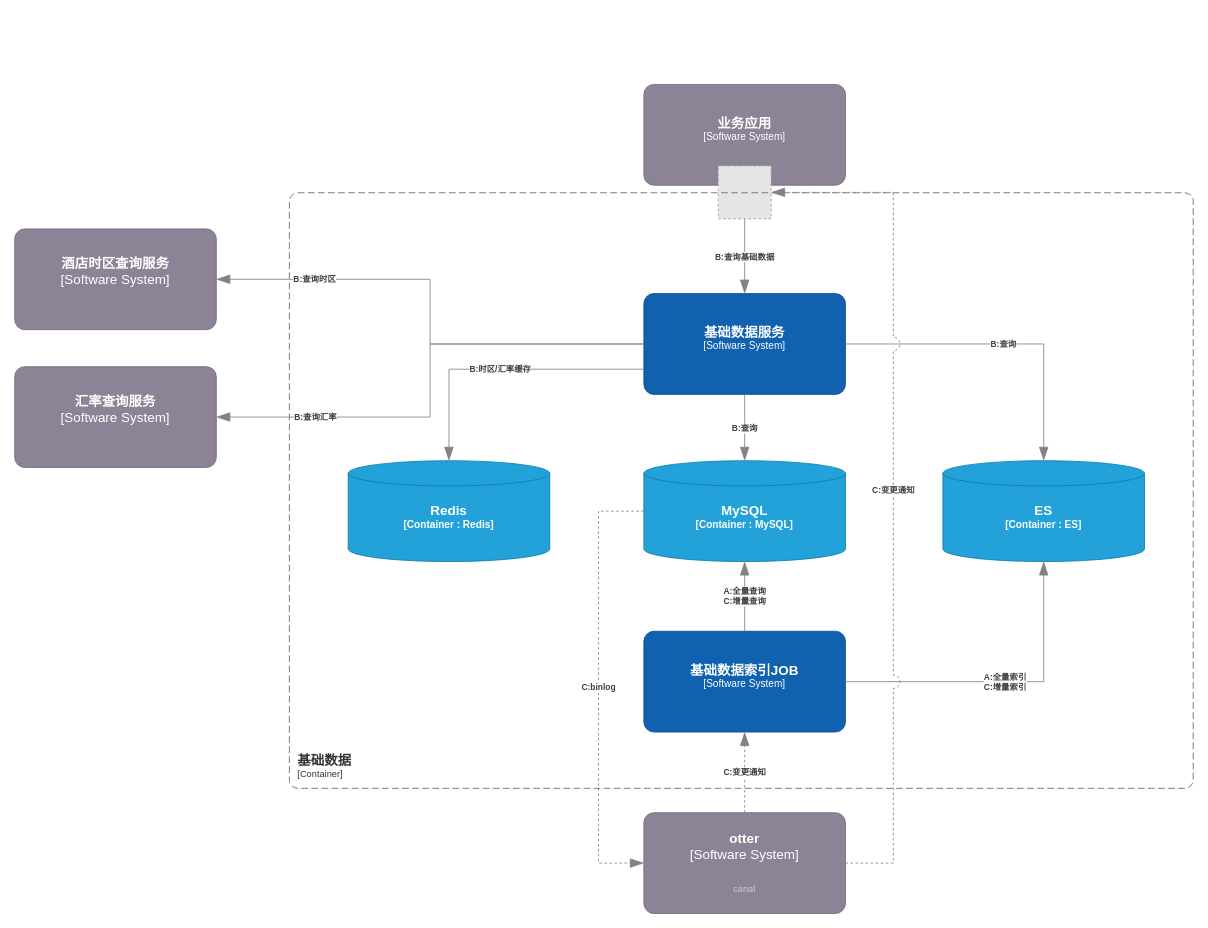
Before: page "V1" (1 of 4) of 基础数据.drawio in miareko/c4-diagram, a draw.io diagram. Source tidied: cells renumbered, new cells numbered last; positions are measured from the earlier drawing's top-left corner, leaving out a move shared by most shapes. Both pictures are drawn from the tidied source at 84%, with x=0, y=0 at pixel (14, 84). Pictures stored in the file or linked from it are replaced by grey dashed boxes.
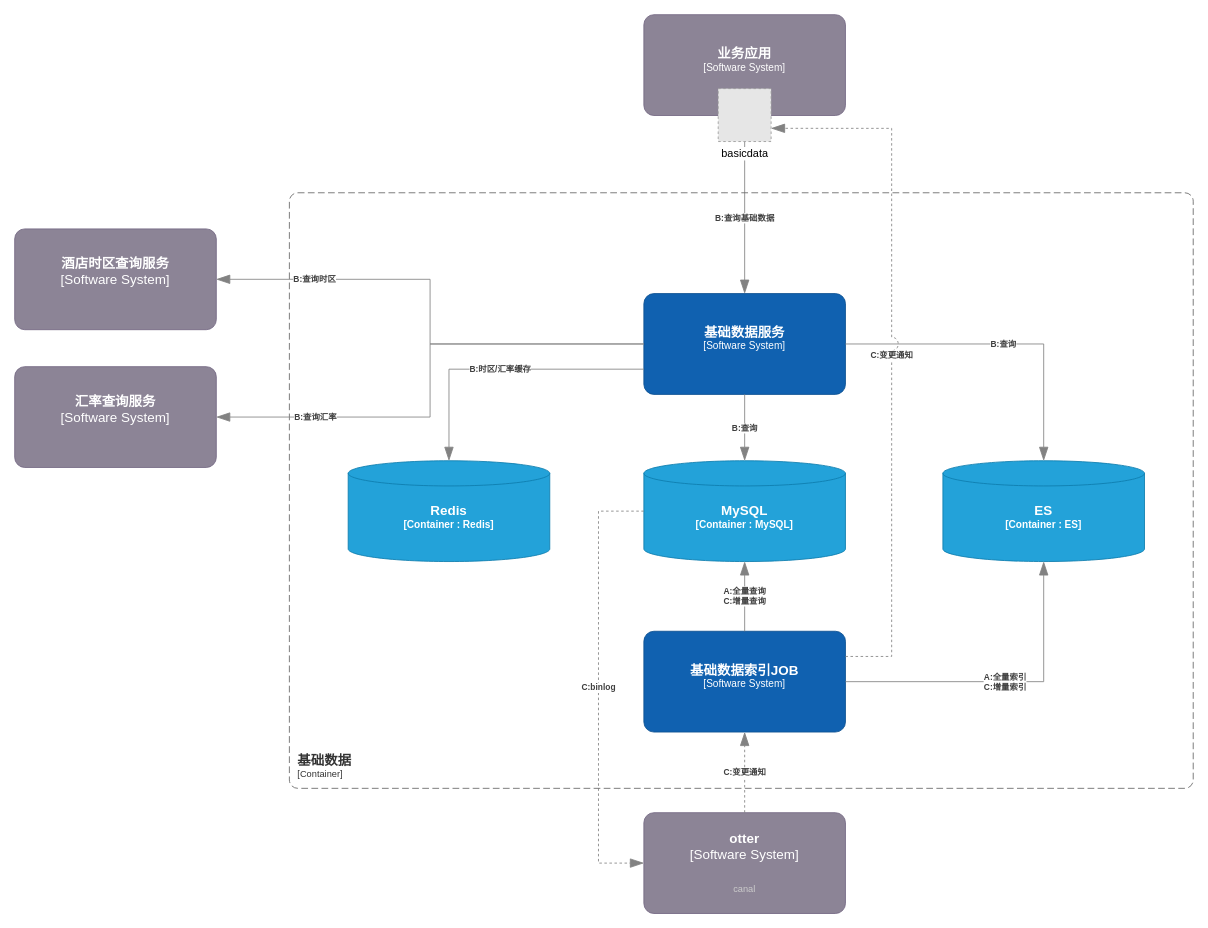
Above is the later version.

The change refers to these unchanged cells:
```xml
<object id="4" label="&lt;font style=&quot;font-size: 16px&quot;&gt;&lt;b&gt;%c4Name%&lt;/b&gt;&lt;/font&gt;&lt;div&gt;[%c4Type%]&lt;/div&gt;&lt;br&gt;&lt;div&gt;&lt;font style=&quot;font-size: 11px&quot;&gt;&lt;font color=&quot;#cccccc&quot;&gt;%c4Description%&lt;/font&gt;&lt;/div&gt;" c4Description="" c4Name="基础数据索引JOB" c4Type="Software System" placeholders="1">
  <mxCell style="rounded=1;whiteSpace=wrap;html=1;labelBackgroundColor=none;fillColor=#1061B0;fontColor=#ffffff;align=center;arcSize=10;strokeColor=#0D5091;points=[[0.25,0,0],[0.5,0,0],[0.75,0,0],[1,0.25,0],[1,0.5,0],[1,0.75,0],[0.75,1,0],[0.5,1,0],[0.25,1,0],[0,0.75,0],[0,0.5,0],[0,0.25,0]];" parent="1" vertex="1">
    <mxGeometry x="749" y="651" width="240" height="120" as="geometry" />
  </mxCell>
</object>
<object id="15" label="&lt;font style=&quot;font-size: 16px&quot;&gt;&lt;b&gt;%c4Name%&lt;/b&gt;&lt;/font&gt;&lt;div&gt;[%c4Type%]&lt;/div&gt;&lt;br&gt;&lt;div&gt;&lt;font style=&quot;font-size: 11px&quot;&gt;&lt;font color=&quot;#cccccc&quot;&gt;%c4Description%&lt;/font&gt;&lt;/div&gt;" c4Description="canal" c4Name="otter" c4Type="Software System" placeholders="1">
  <mxCell style="rounded=1;whiteSpace=wrap;html=1;labelBackgroundColor=none;fillColor=#8C8496;fontColor=#ffffff;align=center;arcSize=10;strokeColor=#736782;points=[[0.25,0,0],[0.5,0,0],[0.75,0,0],[1,0.25,0],[1,0.5,0],[1,0.75,0],[0.75,1,0],[0.5,1,0],[0.25,1,0],[0,0.75,0],[0,0.5,0],[0,0.25,0]];fontSize=16;" parent="1" vertex="1">
    <mxGeometry x="749" y="867" width="240" height="120" as="geometry" />
  </mxCell>
</object>
```

The edit, as a diff of the source:
```diff
@@
     <object id="9" label="&lt;font style=&quot;font-size: 16px&quot;&gt;&lt;b&gt;%c4Name%&lt;/b&gt;&lt;/font&gt;&lt;div&gt;[%c4Type%]&lt;/div&gt;&lt;br&gt;&lt;div&gt;&lt;font style=&quot;font-size: 11px&quot;&gt;&lt;font color=&quot;#cccccc&quot;&gt;%c4Description%&lt;/font&gt;&lt;/div&gt;" c4Description="" c4Name="业务应用" c4Type="Software System" placeholders="1">
       <mxCell style="rounded=1;whiteSpace=wrap;html=1;labelBackgroundColor=none;fillColor=#8C8496;fontColor=#ffffff;align=center;arcSize=10;strokeColor=#736782;" parent="1" vertex="1">
-        <mxGeometry x="749" width="240" height="120" as="geometry" />
+        <mxGeometry x="749" y="-83" width="240" height="120" as="geometry" />
       </mxCell>
     </object>
@@
-    <mxCell id="12" style="fillColor=#E6E6E6;strokeColor=#999999;dashed=1;html=1;verticalAlign=top;verticalLabelPosition=bottom;labelBackgroundColor=#ffffff;" parent="1" vertex="1">
-      <mxGeometry x="837.5" y="97" width="63" height="63" as="geometry" />
+    <mxCell id="12" value="&lt;font style=&quot;font-size: 13px&quot;&gt;basicdata&lt;/font&gt;" style="fillColor=#E6E6E6;strokeColor=#999999;dashed=1;html=1;verticalAlign=top;verticalLabelPosition=bottom;labelBackgroundColor=#ffffff;" parent="1" vertex="1">
+      <mxGeometry x="837.5" y="5" width="63" height="63" as="geometry" />
     </mxCell>
@@
     <object id="23" label="&lt;div style=&quot;text-align: left&quot;&gt;&lt;div style=&quot;text-align: center&quot;&gt;&lt;b&gt;%c4Description%&lt;/b&gt;&lt;/div&gt;" c4Description="C:变更通知" placeholders="1">
-      <mxCell style="endArrow=blockThin;html=1;fontSize=10;fontColor=#404040;strokeWidth=1;endFill=1;strokeColor=#828282;elbow=vertical;endSize=14;startSize=14;jumpStyle=arc;jumpSize=16;rounded=0;edgeStyle=orthogonalEdgeStyle;dashed=1;exitX=1;exitY=0.5;exitDx=0;exitDy=0;exitPerimeter=0;entryX=1;entryY=0.5;entryDx=0;entryDy=0;" parent="1" edge="1" source="15" target="12">
+      <mxCell style="endArrow=blockThin;html=1;fontSize=10;fontColor=#404040;strokeWidth=1;endFill=1;strokeColor=#828282;elbow=vertical;endSize=14;startSize=14;jumpStyle=arc;jumpSize=16;rounded=0;edgeStyle=orthogonalEdgeStyle;dashed=1;exitX=1;exitY=0.25;exitDx=0;exitDy=0;exitPerimeter=0;entryX=1;entryY=0.75;entryDx=0;entryDy=0;" parent="1" edge="1" source="4" target="12">
         <mxGeometry relative="1" as="geometry">
           <Array as="points">
-            <mxPoint x="1046" y="927" />
-            <mxPoint x="1046" y="129" />
+            <mxPoint x="1044" y="681" />
+            <mxPoint x="1044" y="52" />
           </Array>
         </mxGeometry>
       </mxCell>
     </object>
```
